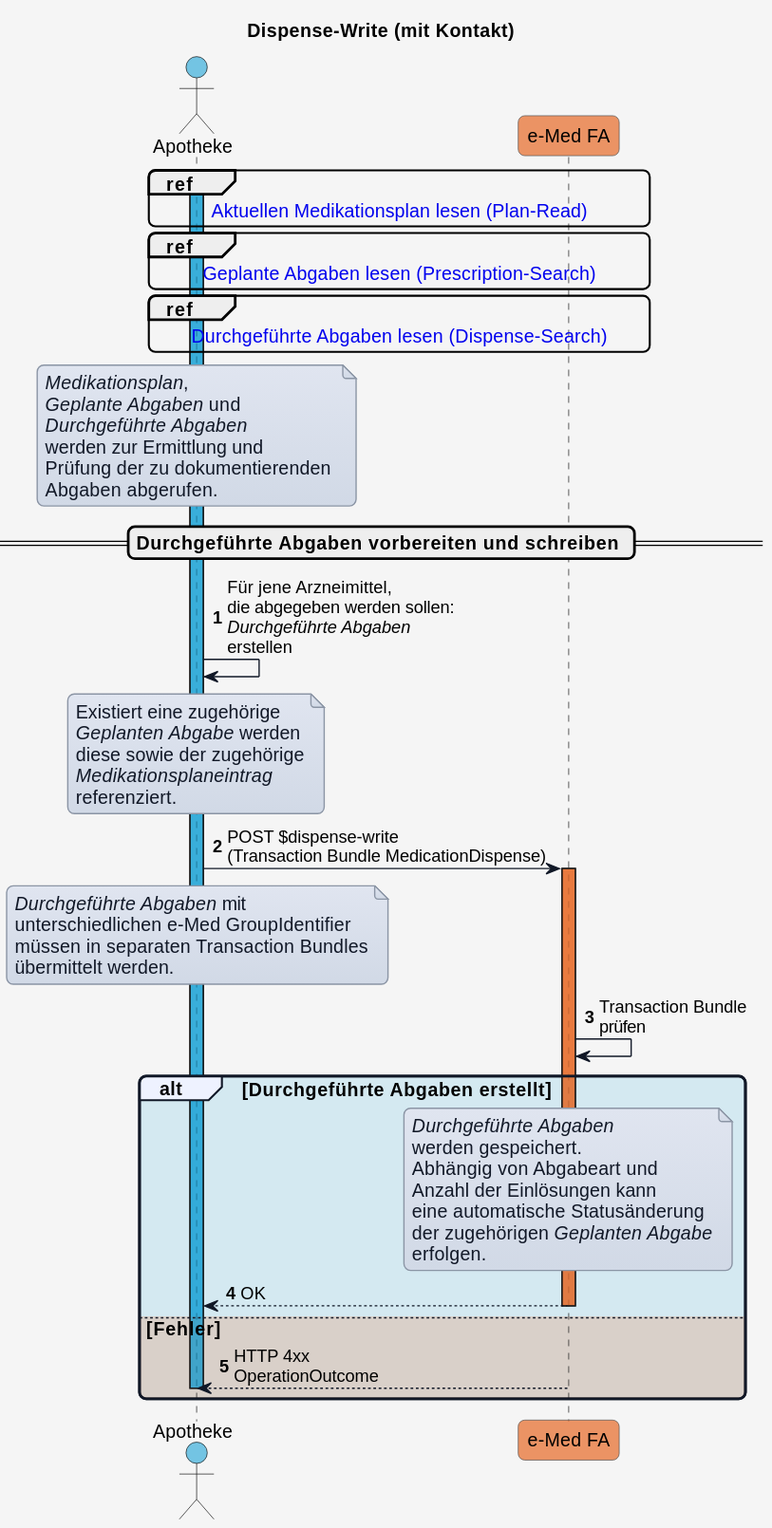
Earlier version of the PlantUML export input/images/plantuml/UC_eMed_05_01_a.svg (HL7Austria/ELGA-e-Medikation-R4).
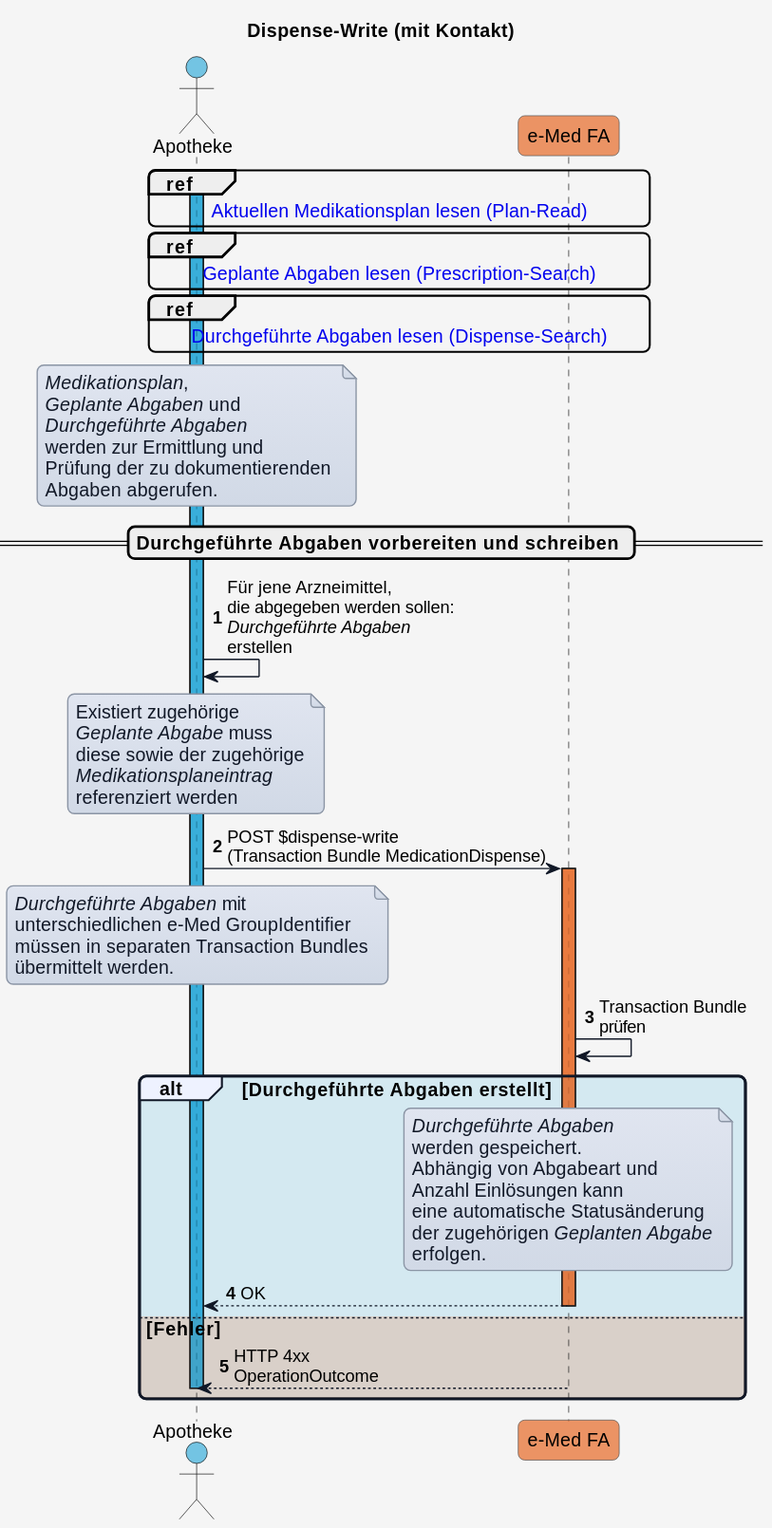
The same diagram one commit later.

Change to the diagram source:
```diff
@@ -74,11 +74,11 @@
 GDA_Apo -> GDA_Apo: Für jene Arzneimittel,\ndie abgegeben werden sollen:\n<i>Durchgeführte Abgaben</i>\nerstellen
 
 note over GDA_Apo
-Existiert eine zugehörige
-<i>Geplanten Abgabe</i> werden
+Existiert zugehörige
+<i>Geplante Abgabe</i> muss
 diese sowie der zugehörige
 <i>Medikationsplaneintrag</i>
-referenziert.
+referenziert werden
 end note
 
 GDA_Apo -> eMed_FA: POST $dispense-write\n(Transaction Bundle MedicationDispense)
@@ -99,7 +99,7 @@
     <i>Durchgeführte Abgaben</i>
     werden gespeichert.
     Abhängig von Abgabeart und
-    Anzahl der Einlösungen kann
+    Anzahl Einlösungen kann
     eine automatische Statusänderung
     der zugehörigen <i>Geplanten Abgabe</i>
     erfolgen.
```
